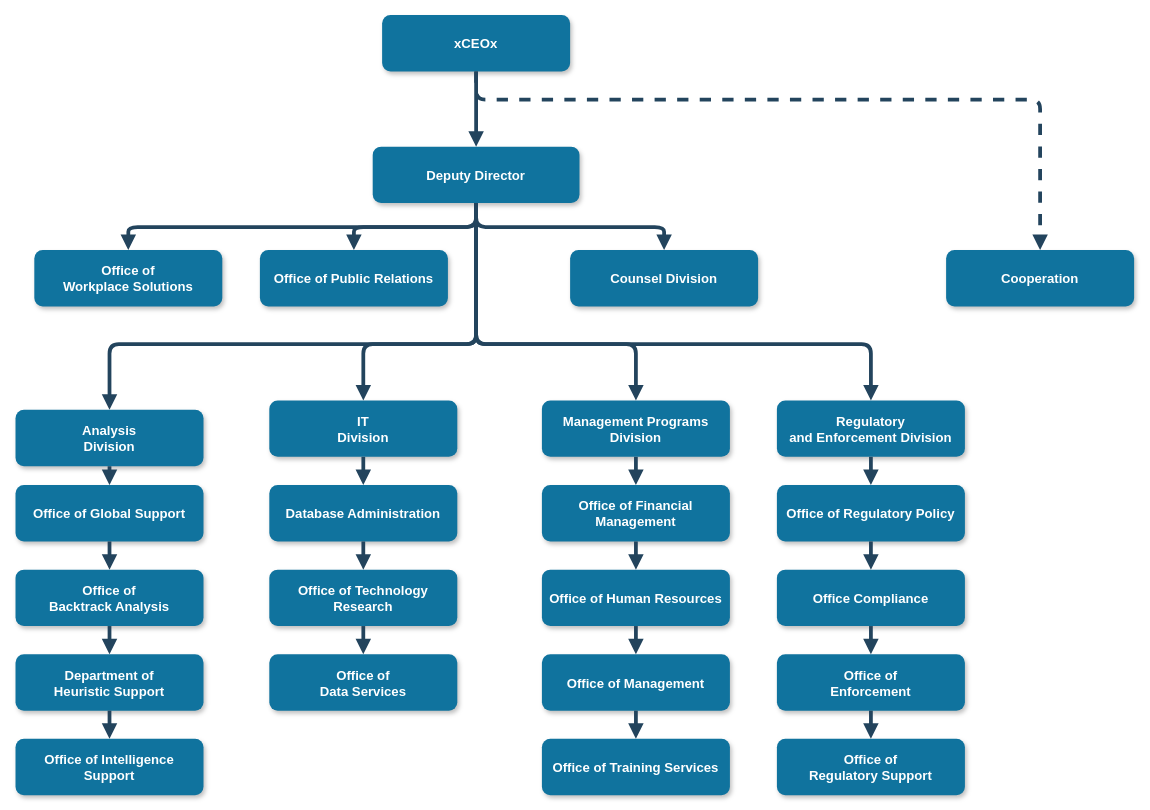
Earlier version of the draw.io diagram Organigramm.drawio (AndreasMueck/AndreasMueck.github.io). Source tidied: cells renumbered, new cells numbered last; positions are measured from the earlier drawing's top-left corner, leaving out a move shared by most shapes. Both pictures are drawn from the tidied source at 94%, with x=0, y=0 at pixel (15, 15).
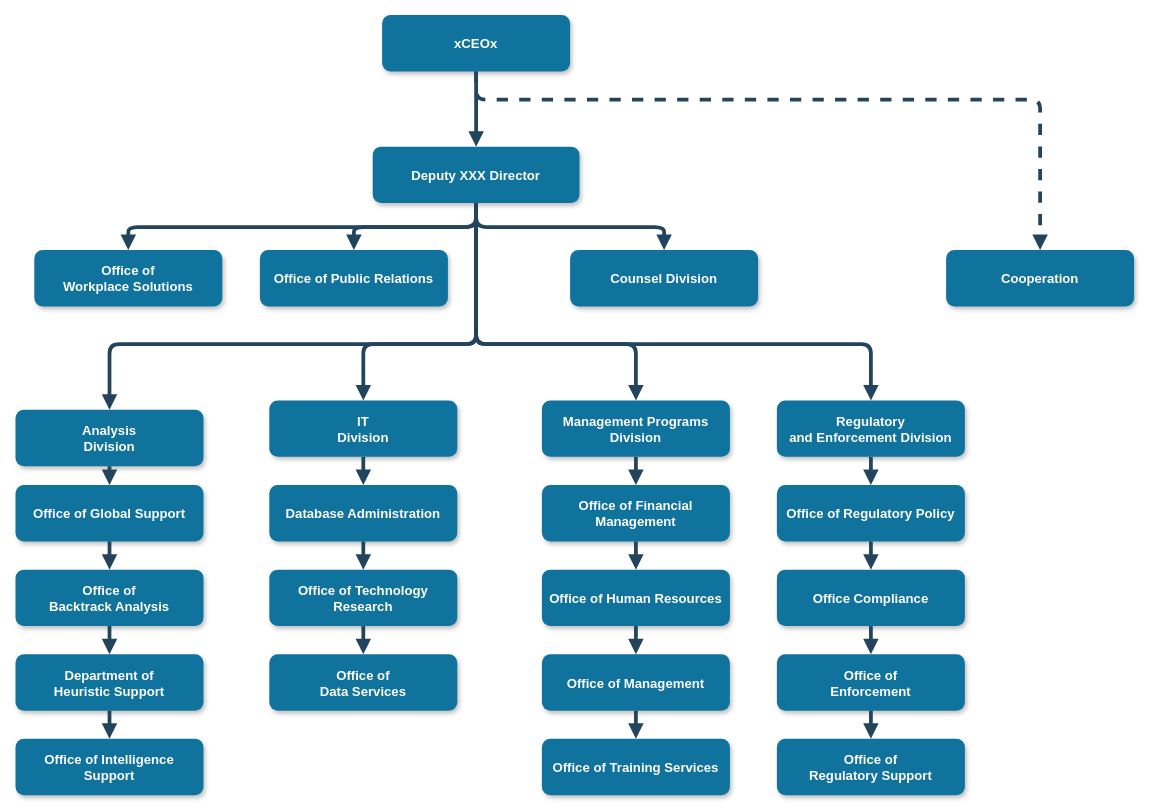
The same diagram, later.

Diff of the diagram source:
```diff
@@
-    <mxCell id="3" value="Deputy Director" style="rounded=1;fillColor=#10739E;strokeColor=none;shadow=1;gradientColor=none;fontStyle=1;fontColor=#FFFFFF;fontSize=14;" parent="1" vertex="1">
+    <mxCell id="3" value="Deputy XXX Director" style="rounded=1;fillColor=#10739E;strokeColor=none;shadow=1;gradientColor=none;fontStyle=1;fontColor=#FFFFFF;fontSize=14;" parent="1" vertex="1">
       <mxGeometry x="380" y="139.5" width="220" height="60" as="geometry" />
     </mxCell>
```
